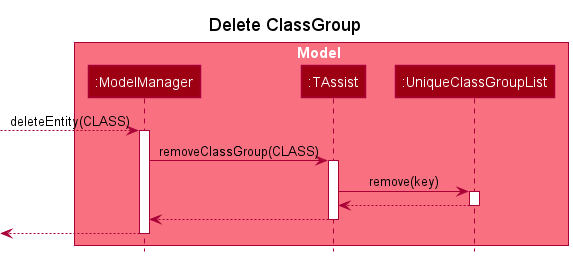
The PlantUML diagram docs/images/DeleteModelSequenceDiagram.png in nus-cs2103-AY2122S2/tp, before a commit. Its diagram source:
```plantuml
@startuml
!include style.puml

box Model MODEL_COLOR_T1
participant ":ModelManager" as ModelManager MODEL_COLOR
participant ":TAssist" as TAssist MODEL_COLOR
participant ":UniqueClassGroupList" as UniqueClassGroupList MODEL_COLOR
end box

title Delete ClassGroup

[--> ModelManager : deleteEntity(CLASS)
activate ModelManager

ModelManager -> TAssist : removeClassGroup(CLASS)
activate TAssist

TAssist -> UniqueClassGroupList : remove(key)
activate UniqueClassGroupList

UniqueClassGroupList --> TAssist
deactivate UniqueClassGroupList

TAssist --> ModelManager
deactivate TAssist

[<--ModelManager
deactivate ModelManager

@enduml
```
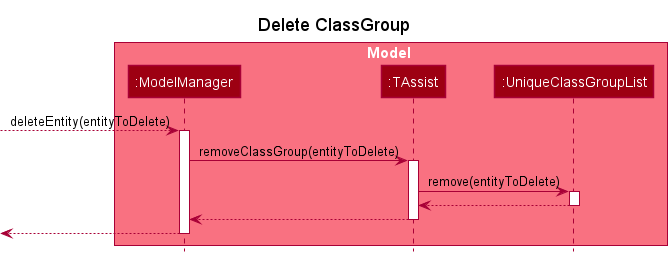
Later version of the same file.

Commit message:
Update sequence diagrams methods for add and delete

The edit, as a diff of the source:
```diff
@@ -9,13 +9,13 @@
 
 title Delete ClassGroup
 
-[--> ModelManager : deleteEntity(CLASS)
+[--> ModelManager : deleteEntity(entityToDelete)
 activate ModelManager
 
-ModelManager -> TAssist : removeClassGroup(CLASS)
+ModelManager -> TAssist : removeClassGroup(entityToDelete)
 activate TAssist
 
-TAssist -> UniqueClassGroupList : remove(key)
+TAssist -> UniqueClassGroupList : remove(entityToDelete)
 activate UniqueClassGroupList
 
 UniqueClassGroupList --> TAssist
```
